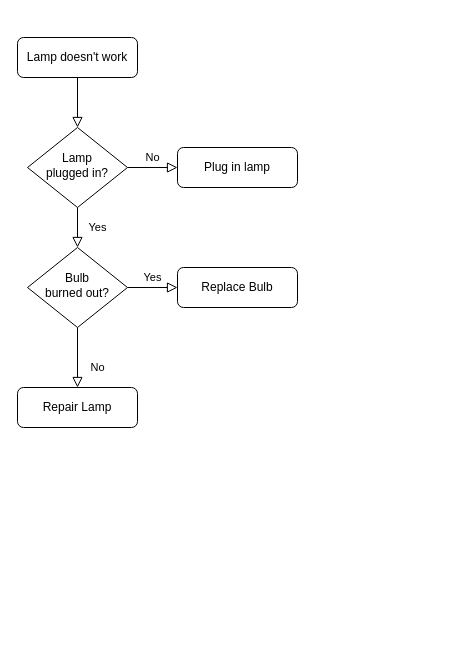
The draw.io diagram Diagrams/Untitled Diagram.drawio in rakrakon/CalenderDiscordBot, before the edit. Source tidied: cells renumbered, new cells numbered last; positions are measured from the earlier drawing's top-left corner, leaving out a move shared by most shapes. Both pictures are drawn from the tidied source at 100%, with x=0, y=0 at pixel (17, 37).
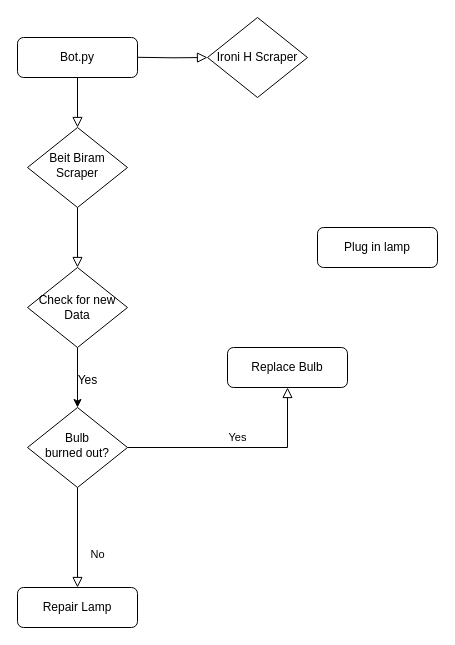
The same diagram, later.

Change to the diagram source:
```diff
@@
 <mxGraphModel>
   <root>
     <mxCell id="0" />
     <mxCell id="1" parent="0" />
     <mxCell id="2" style="rounded=0;html=1;jettySize=auto;fontSize=11;endArrow=block;endFill=0;endSize=8;strokeWidth=1;shadow=0;labelBackgroundColor=none;edgeStyle=orthogonalEdgeStyle;" parent="1" edge="1" source="3" target="6">
       <mxGeometry relative="1" as="geometry" />
     </mxCell>
-    <mxCell id="3" value="Lamp doesn't work" style="rounded=1;whiteSpace=wrap;html=1;fontSize=12;glass=0;strokeWidth=1;shadow=0;" parent="1" vertex="1">
+    <mxCell id="3" value="Bot.py" style="rounded=1;whiteSpace=wrap;html=1;fontSize=12;glass=0;strokeWidth=1;shadow=0;" parent="1" vertex="1">
       <mxGeometry width="120" height="40" as="geometry" />
     </mxCell>
-    <mxCell id="4" value="Yes" style="rounded=0;html=1;jettySize=auto;fontSize=11;endArrow=block;endFill=0;endSize=8;strokeWidth=1;shadow=0;labelBackgroundColor=none;edgeStyle=orthogonalEdgeStyle;" parent="1" edge="1" source="6" target="10">
+    <mxCell id="4" style="rounded=0;html=1;jettySize=auto;fontSize=11;endArrow=block;endFill=0;endSize=8;strokeWidth=1;shadow=0;labelBackgroundColor=none;edgeStyle=orthogonalEdgeStyle;" parent="1" edge="1" source="6" target="16">
       <mxGeometry y="20" relative="1" as="geometry" />
     </mxCell>
-    <mxCell id="5" value="No" style="edgeStyle=orthogonalEdgeStyle;rounded=0;html=1;jettySize=auto;fontSize=11;endArrow=block;endFill=0;endSize=8;strokeWidth=1;shadow=0;labelBackgroundColor=none;" parent="1" edge="1" source="6" target="7">
-      <mxGeometry y="10" relative="1" as="geometry" />
-    </mxCell>
-    <mxCell id="6" value="Lamp&lt;br&gt;plugged in?" style="rhombus;whiteSpace=wrap;html=1;shadow=0;fontFamily=Helvetica;fontSize=12;align=center;strokeWidth=1;spacing=6;spacingTop=-4;" parent="1" vertex="1">
+    <mxCell id="6" value="Beit Biram Scraper" style="rhombus;whiteSpace=wrap;html=1;shadow=0;fontFamily=Helvetica;fontSize=12;align=center;strokeWidth=1;spacing=6;spacingTop=-4;" parent="1" vertex="1">
       <mxGeometry x="10" y="90" width="100" height="80" as="geometry" />
     </mxCell>
     <mxCell id="7" value="Plug in lamp" style="rounded=1;whiteSpace=wrap;html=1;fontSize=12;glass=0;strokeWidth=1;shadow=0;" parent="1" vertex="1">
-      <mxGeometry x="160" y="110" width="120" height="40" as="geometry" />
+      <mxGeometry x="300" y="190" width="120" height="40" as="geometry" />
     </mxCell>
     <mxCell id="8" value="No" style="rounded=0;html=1;jettySize=auto;fontSize=11;endArrow=block;endFill=0;endSize=8;strokeWidth=1;shadow=0;labelBackgroundColor=none;edgeStyle=orthogonalEdgeStyle;" parent="1" edge="1" source="10" target="11">
       <mxGeometry x="0.33" y="20" relative="1" as="geometry" />
     </mxCell>
     <mxCell id="9" value="Yes" style="edgeStyle=orthogonalEdgeStyle;rounded=0;html=1;jettySize=auto;fontSize=11;endArrow=block;endFill=0;endSize=8;strokeWidth=1;shadow=0;labelBackgroundColor=none;" parent="1" edge="1" source="10" target="12">
       <mxGeometry y="10" relative="1" as="geometry" />
     </mxCell>
     <mxCell id="10" value="Bulb&lt;br&gt;burned out?" style="rhombus;whiteSpace=wrap;html=1;shadow=0;fontFamily=Helvetica;fontSize=12;align=center;strokeWidth=1;spacing=6;spacingTop=-4;" parent="1" vertex="1">
-      <mxGeometry x="10" y="210" width="100" height="80" as="geometry" />
+      <mxGeometry x="10" y="370" width="100" height="80" as="geometry" />
     </mxCell>
     <mxCell id="11" value="Repair Lamp" style="rounded=1;whiteSpace=wrap;html=1;fontSize=12;glass=0;strokeWidth=1;shadow=0;" parent="1" vertex="1">
-      <mxGeometry y="350" width="120" height="40" as="geometry" />
+      <mxGeometry y="550" width="120" height="40" as="geometry" />
     </mxCell>
     <mxCell id="12" value="Replace Bulb" style="rounded=1;whiteSpace=wrap;html=1;fontSize=12;glass=0;strokeWidth=1;shadow=0;" parent="1" vertex="1">
-      <mxGeometry x="160" y="230" width="120" height="40" as="geometry" />
+      <mxGeometry x="210" y="310" width="120" height="40" as="geometry" />
     </mxCell>
+    <mxCell id="13" value="Ironi H Scraper" style="rhombus;whiteSpace=wrap;html=1;" parent="1" vertex="1">
+      <mxGeometry x="190" y="-20" width="100" height="80" as="geometry" />
+    </mxCell>
+    <mxCell id="14" style="edgeStyle=orthogonalEdgeStyle;rounded=0;html=1;jettySize=auto;fontSize=11;endArrow=block;endFill=0;endSize=8;strokeWidth=1;shadow=0;labelBackgroundColor=none;entryX=0;entryY=0.5;entryDx=0;entryDy=0;" parent="1" edge="1" target="13">
+      <mxGeometry y="10" relative="1" as="geometry">
+        <mxPoint x="120" y="19.8" as="sourcePoint" />
+      </mxGeometry>
+    </mxCell>
+    <mxCell id="15" style="edgeStyle=orthogonalEdgeStyle;rounded=0;jettySize=auto;html=1;" parent="1" edge="1" source="16" target="10">
+      <mxGeometry relative="1" as="geometry" />
+    </mxCell>
+    <mxCell id="16" value="Check for new Data" style="rhombus;whiteSpace=wrap;html=1;" parent="1" vertex="1">
+      <mxGeometry x="10" y="230" width="100" height="80" as="geometry" />
+    </mxCell>
+    <mxCell id="17" value="&lt;div&gt;Yes&lt;/div&gt;" style="text;html=1;align=center;verticalAlign=middle;strokeColor=none;fillColor=none;" parent="1" vertex="1">
+      <mxGeometry x="50" y="328" width="40" height="30" as="geometry" />
+    </mxCell>
   </root>
 </mxGraphModel>
```
